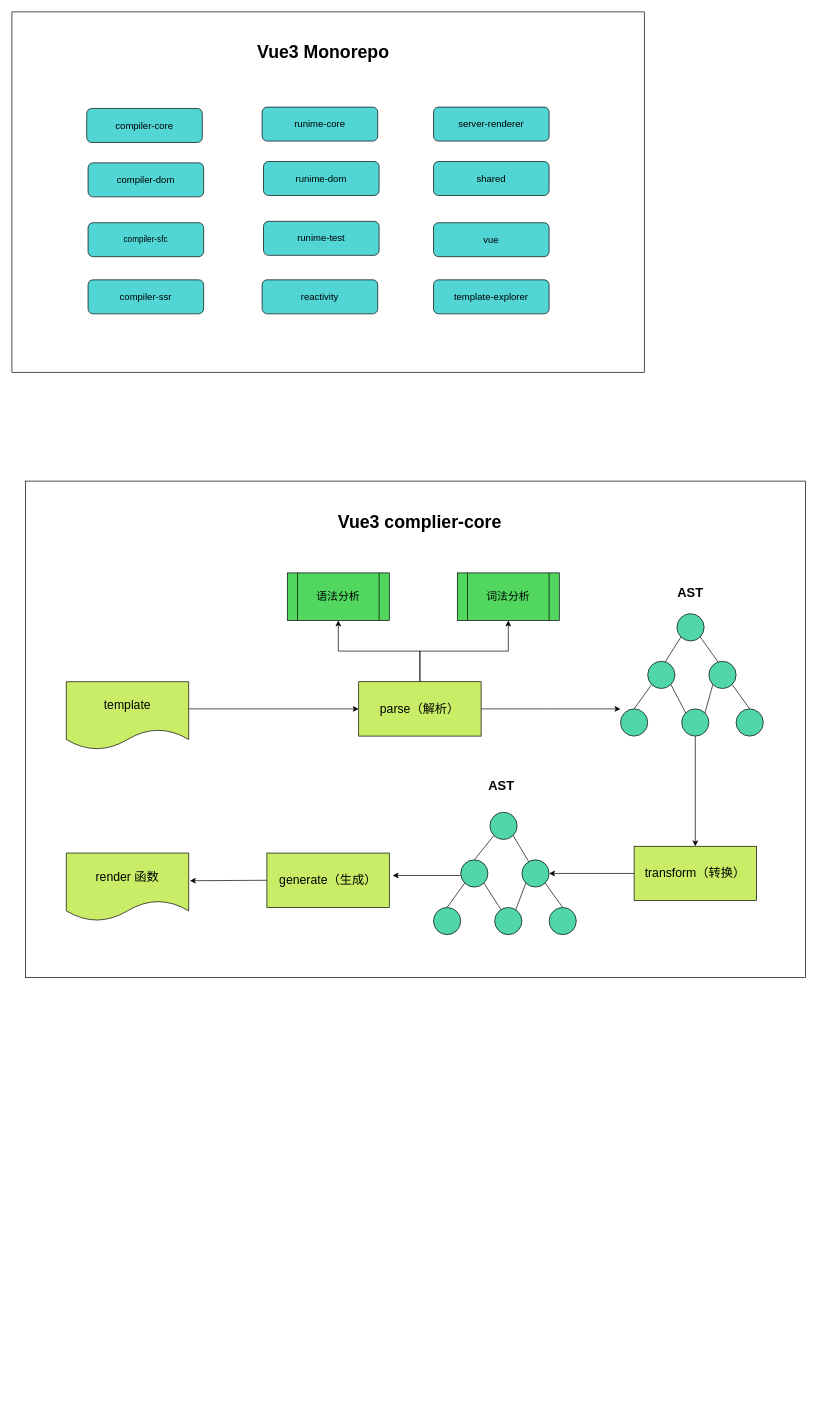
Earlier version of the draw.io diagram babel.drawio (WJCHumble/graph-asserts). Source tidied: cells renumbered, new cells numbered last; positions are measured from the earlier drawing's top-left corner, leaving out a move shared by most shapes. Both pictures are drawn from the tidied source at 68%, with x=0, y=0 at pixel (12, 12).
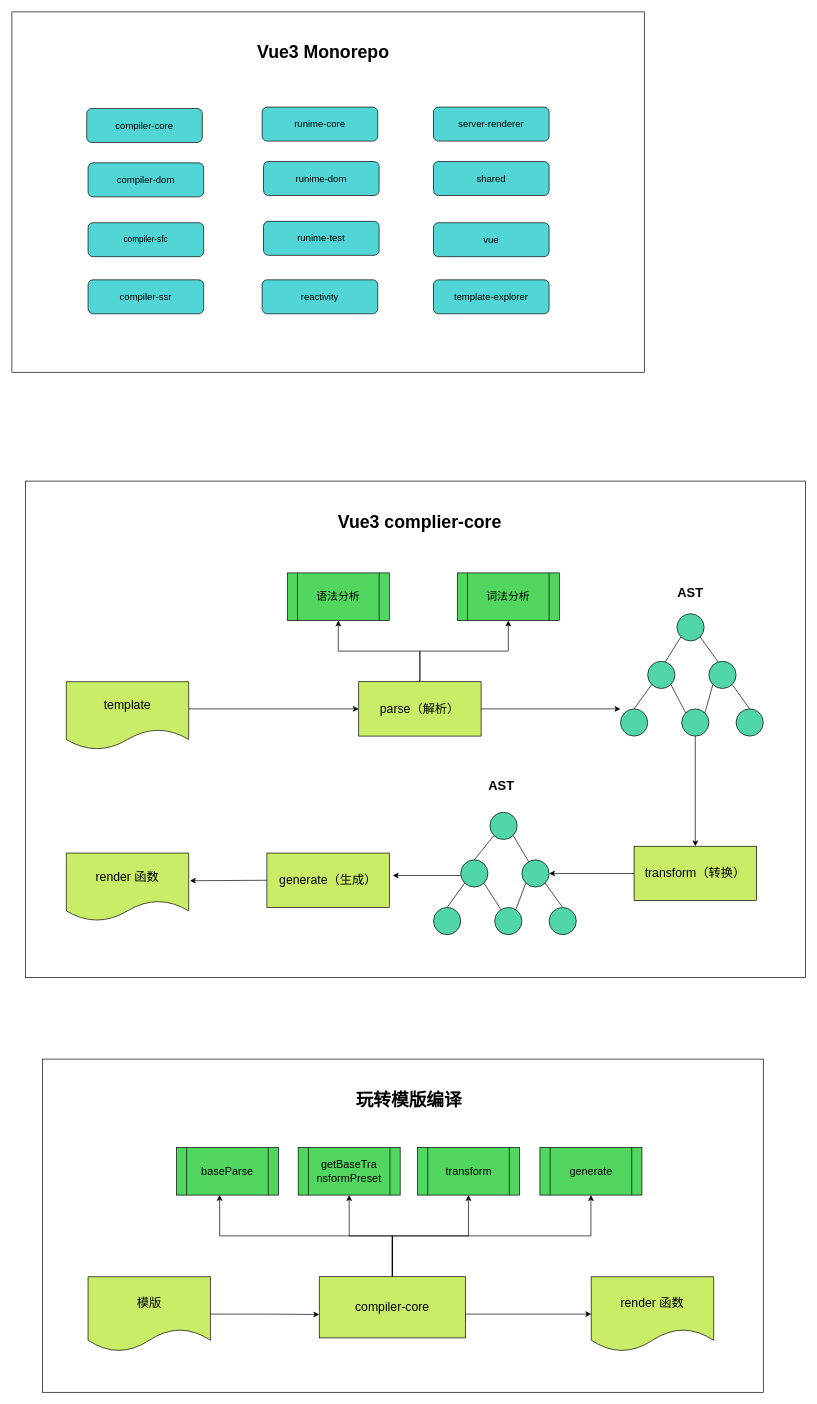
After the change.

Change to the diagram source:
```diff
@@
+    <mxCell id="59" style="rounded=0;whiteSpace=wrap;html=1;gradientColor=none;fillColor=#FFFFFF;" parent="1" vertex="1">
+      <mxGeometry x="45" y="1540" width="1060" height="490" as="geometry" />
+    </mxCell>
+    <mxCell id="60" style="edgeStyle=orthogonalEdgeStyle;rounded=0;jettySize=auto;html=1;exitX=1;exitY=0.5;exitDx=0;exitDy=0;endArrow=classic;endFill=1;entryX=0;entryY=0.617;entryDx=0;entryDy=0;entryPerimeter=0;" parent="1" edge="1" source="61" target="67">
+      <mxGeometry relative="1" as="geometry" />
+    </mxCell>
+    <mxCell id="61" value="&lt;font style=&quot;font-size: 18px&quot;&gt;模版&lt;/font&gt;" style="shape=document;whiteSpace=wrap;html=1;boundedLbl=1;fillColor=#C9ED66;" parent="1" vertex="1">
+      <mxGeometry x="112" y="1860" width="180" height="110" as="geometry" />
+    </mxCell>
+    <mxCell id="62" style="edgeStyle=orthogonalEdgeStyle;rounded=0;jettySize=auto;html=1;exitX=0.5;exitY=0;exitDx=0;exitDy=0;entryX=0.423;entryY=0.998;entryDx=0;entryDy=0;entryPerimeter=0;endArrow=classic;endFill=1;" parent="1" edge="1" source="67" target="69">
+      <mxGeometry relative="1" as="geometry" />
+    </mxCell>
+    <mxCell id="63" style="edgeStyle=orthogonalEdgeStyle;rounded=0;jettySize=auto;html=1;exitX=0.5;exitY=0;exitDx=0;exitDy=0;entryX=0.5;entryY=1;entryDx=0;entryDy=0;endArrow=classic;endFill=1;" parent="1" edge="1" source="67" target="70">
+      <mxGeometry relative="1" as="geometry" />
+    </mxCell>
+    <mxCell id="64" style="edgeStyle=orthogonalEdgeStyle;rounded=0;jettySize=auto;html=1;exitX=0.5;exitY=0;exitDx=0;exitDy=0;entryX=0.5;entryY=1;entryDx=0;entryDy=0;endArrow=classic;endFill=1;" parent="1" edge="1" source="67" target="72">
+      <mxGeometry relative="1" as="geometry" />
+    </mxCell>
+    <mxCell id="65" style="edgeStyle=orthogonalEdgeStyle;rounded=0;jettySize=auto;html=1;exitX=0.5;exitY=0;exitDx=0;exitDy=0;endArrow=classic;endFill=1;" parent="1" edge="1" source="67" target="71">
+      <mxGeometry relative="1" as="geometry" />
+    </mxCell>
+    <mxCell id="66" style="edgeStyle=orthogonalEdgeStyle;rounded=0;jettySize=auto;html=1;exitX=1;exitY=0.75;exitDx=0;exitDy=0;endArrow=classic;endFill=1;" parent="1" edge="1" source="67" target="68">
+      <mxGeometry relative="1" as="geometry">
+        <Array as="points">
+          <mxPoint x="667" y="1915" />
+        </Array>
+      </mxGeometry>
+    </mxCell>
+    <mxCell id="67" value="&lt;font style=&quot;font-size: 18px&quot;&gt;compiler-core&lt;/font&gt;" style="rounded=0;whiteSpace=wrap;html=1;fillColor=#C9ED66;" parent="1" vertex="1">
+      <mxGeometry x="452" y="1860" width="215" height="90" as="geometry" />
+    </mxCell>
+    <mxCell id="68" value="&lt;span style=&quot;font-size: 18px&quot;&gt;render 函数&lt;/span&gt;" style="shape=document;whiteSpace=wrap;html=1;boundedLbl=1;fillColor=#C9ED66;" parent="1" vertex="1">
+      <mxGeometry x="852" y="1860" width="180" height="110" as="geometry" />
+    </mxCell>
+    <mxCell id="69" value="&lt;font style=&quot;font-size: 16px&quot;&gt;baseParse&lt;/font&gt;" style="shape=process;whiteSpace=wrap;html=1;backgroundOutline=1;fillColor=#51D660;" parent="1" vertex="1">
+      <mxGeometry x="242" y="1670" width="150" height="70" as="geometry" />
+    </mxCell>
+    <mxCell id="70" value="&lt;font style=&quot;font-size: 16px&quot;&gt;getBaseTra&lt;br&gt;nsformPreset&lt;/font&gt;" style="shape=process;whiteSpace=wrap;html=1;backgroundOutline=1;fillColor=#51D660;" parent="1" vertex="1">
+      <mxGeometry x="421" y="1670" width="150" height="70" as="geometry" />
+    </mxCell>
+    <mxCell id="71" value="&lt;font style=&quot;font-size: 16px&quot;&gt;generate&lt;/font&gt;" style="shape=process;whiteSpace=wrap;html=1;backgroundOutline=1;fillColor=#51D660;" parent="1" vertex="1">
+      <mxGeometry x="776.5" y="1670" width="150" height="70" as="geometry" />
+    </mxCell>
+    <mxCell id="72" value="&lt;span style=&quot;font-size: 16px&quot;&gt;transform&lt;/span&gt;" style="shape=process;whiteSpace=wrap;html=1;backgroundOutline=1;fillColor=#51D660;" parent="1" vertex="1">
+      <mxGeometry x="596.5" y="1670" width="150" height="70" as="geometry" />
+    </mxCell>
+    <mxCell id="73" value="&lt;span style=&quot;font-size: 26px&quot;&gt;&lt;b&gt;玩转模版编译&lt;/b&gt;&lt;/span&gt;" style="text;html=1;strokeColor=none;fillColor=none;align=center;verticalAlign=middle;whiteSpace=wrap;rounded=0;" parent="1" vertex="1">
+      <mxGeometry x="452" y="1590" width="264" height="20" as="geometry" />
+    </mxCell>
```
